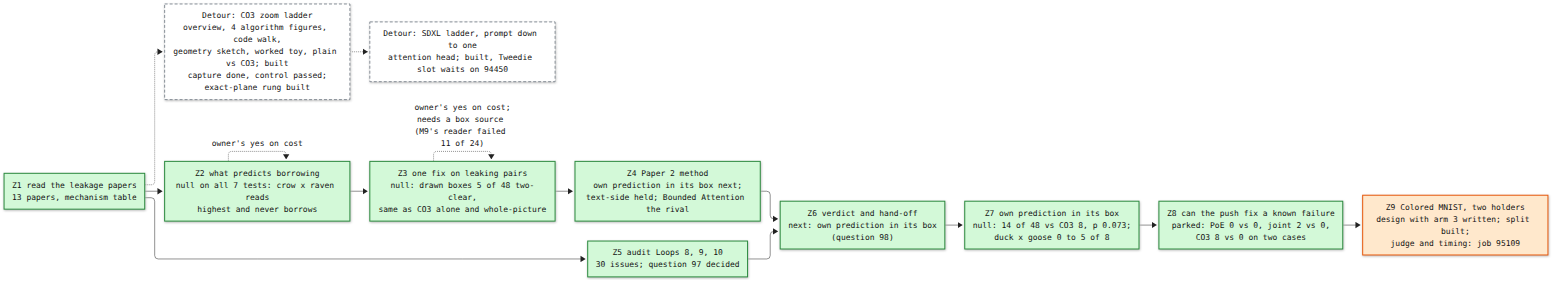
Before: artifacts/notes/progress/leakage/loop-12-progress.png, a diagram exported from Mermaid (mo-rsa24/concept-composition). Its source is kept beside it as artifacts/notes/progress/leakage/loop-12-progress.mmd.
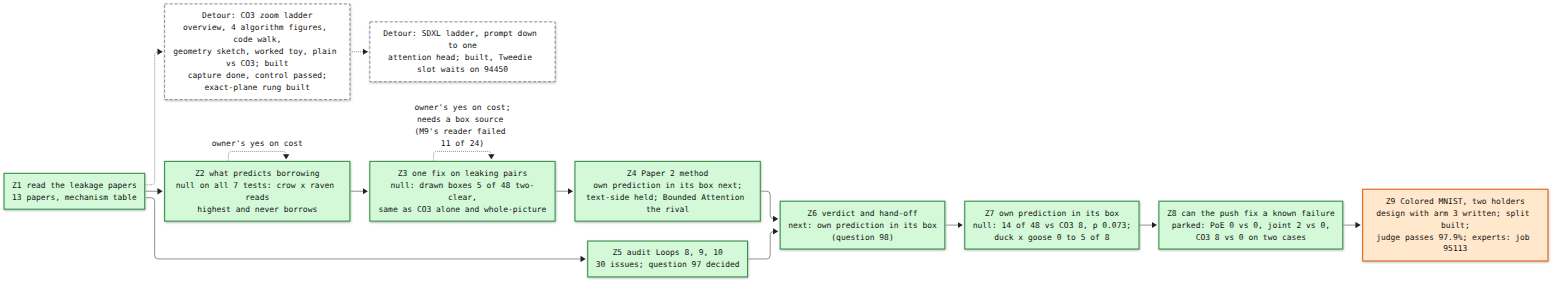
After the change.

Commit message:
Loop 12 map: Z9 experts training

The edit, as a diff of the source:
```diff
@@ -18,7 +18,7 @@
   Z6 --> Z7
   Z8["Z8 can the push fix a known failure<br/>parked: PoE 0 vs 0, joint 2 vs 0,<br/>CO3 8 vs 0 on two cases"]:::done
   Z7 --> Z8
-  Z9["Z9 Colored MNIST, two holders<br/>design with arm 3 written; split built;<br/>judge and timing: job 95109"]:::doing
+  Z9["Z9 Colored MNIST, two holders<br/>design with arm 3 written; split built;<br/>judge passes 97.9%; experts: job 95113"]:::doing
   Z8 --> Z9
   classDef done fill:#d3f9d8,stroke:#2b8a3e,stroke-width:2px
   classDef doing fill:#ffe8cc,stroke:#e8590c,stroke-width:2px
```
